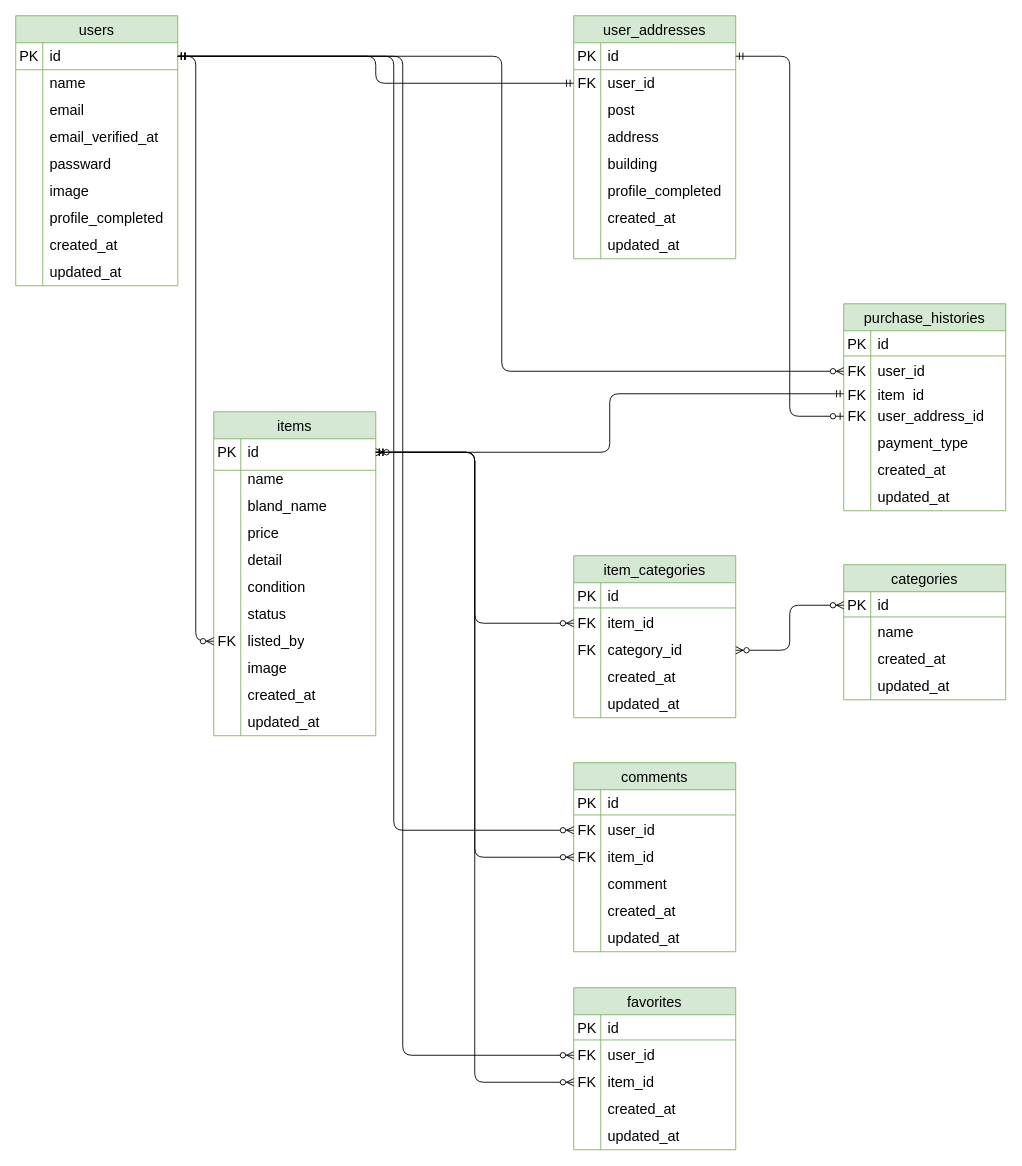
Before: ER.drawio in harukaishii/marketplace-app, a draw.io diagram. Source tidied: cells renumbered, new cells numbered last; positions are measured from the earlier drawing's top-left corner, leaving out a move shared by most shapes. Both pictures are drawn from the tidied source at 90%, with x=0, y=0 at pixel (15, 15).
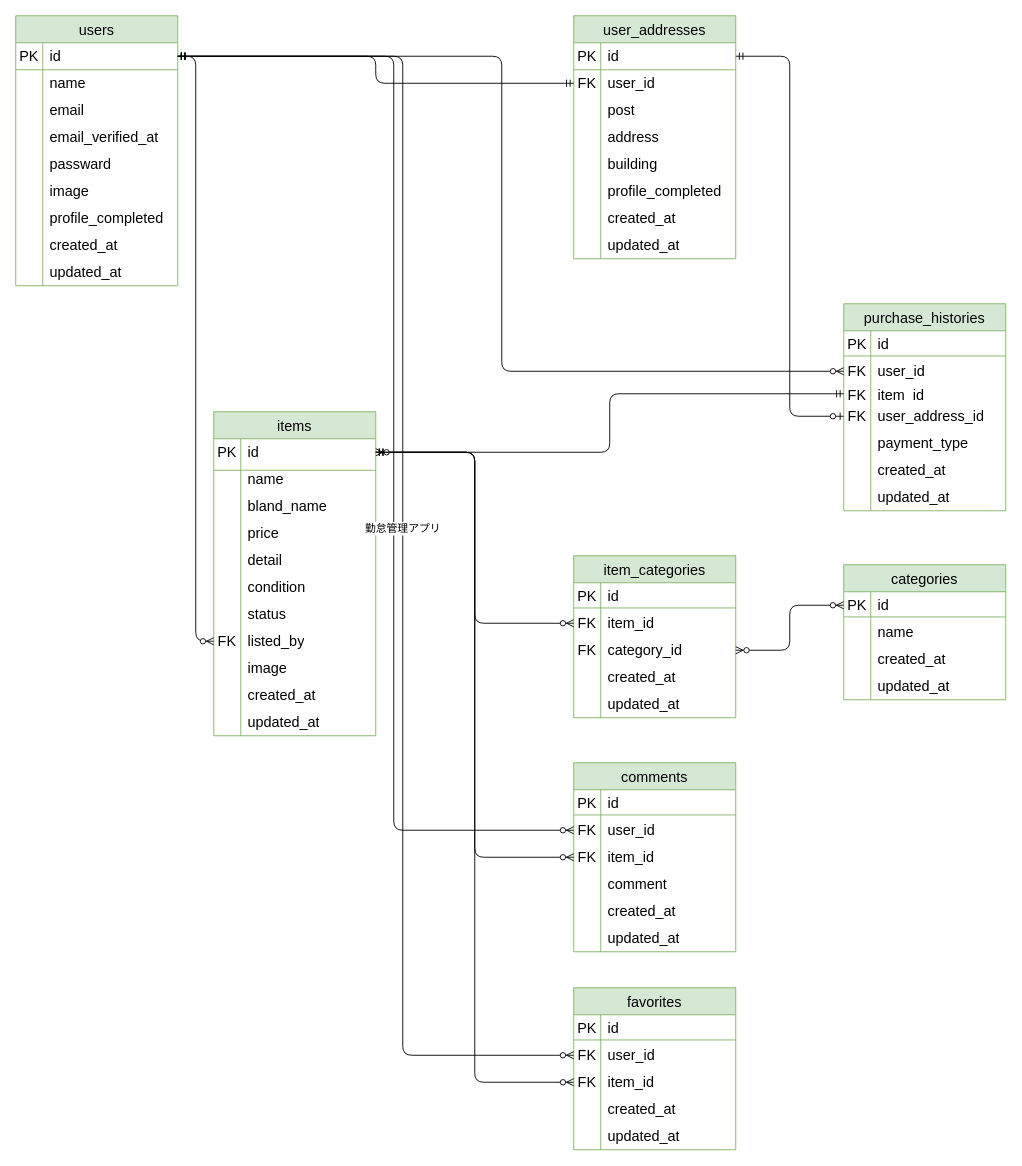
After the change.

Unchanged cells that the change refers to:
```xml
<mxCell id="3" style="shape=tableRow;horizontal=0;startSize=0;swimlaneHead=0;swimlaneBody=0;top=0;left=0;bottom=0;right=0;fillColor=none;points=[[0,0.5],[1,0.5]];portConstraint=eastwest;strokeColor=inherit;fontSize=16;" parent="2" vertex="1">
  <mxGeometry y="30" width="180" height="30" as="geometry" />
</mxCell>
<mxCell id="142" style="shape=tableRow;horizontal=0;startSize=0;swimlaneHead=0;swimlaneBody=0;top=0;left=0;bottom=0;right=0;fillColor=none;points=[[0,0.5],[1,0.5]];portConstraint=eastwest;strokeColor=inherit;fontSize=16;" parent="138" vertex="1">
  <mxGeometry y="60" width="180" height="30" as="geometry" />
</mxCell>
```

What changed in the source:
```diff
@@
-    <mxCell id="190" style="edgeStyle=orthogonalEdgeStyle;fontSize=12;html=1;endArrow=ERzeroToMany;startArrow=ERmandOne;exitX=1;exitY=0.5;exitDx=0;exitDy=0;entryX=0;entryY=0.5;entryDx=0;entryDy=0;" parent="1" edge="1" source="3" target="142">
+    <mxCell id="190" value="勤怠管理アプリ" style="edgeStyle=orthogonalEdgeStyle;fontSize=12;html=1;endArrow=ERzeroToMany;startArrow=ERmandOne;exitX=1;exitY=0.5;exitDx=0;exitDy=0;entryX=0;entryY=0.5;entryDx=0;entryDy=0;" parent="1" edge="1" source="3" target="142">
       <mxGeometry relative="1" as="geometry">
         <Array as="points">
           <mxPoint x="430" y="45" />
           <mxPoint x="430" y="1155" />
         </Array>
       </mxGeometry>
     </mxCell>
```
